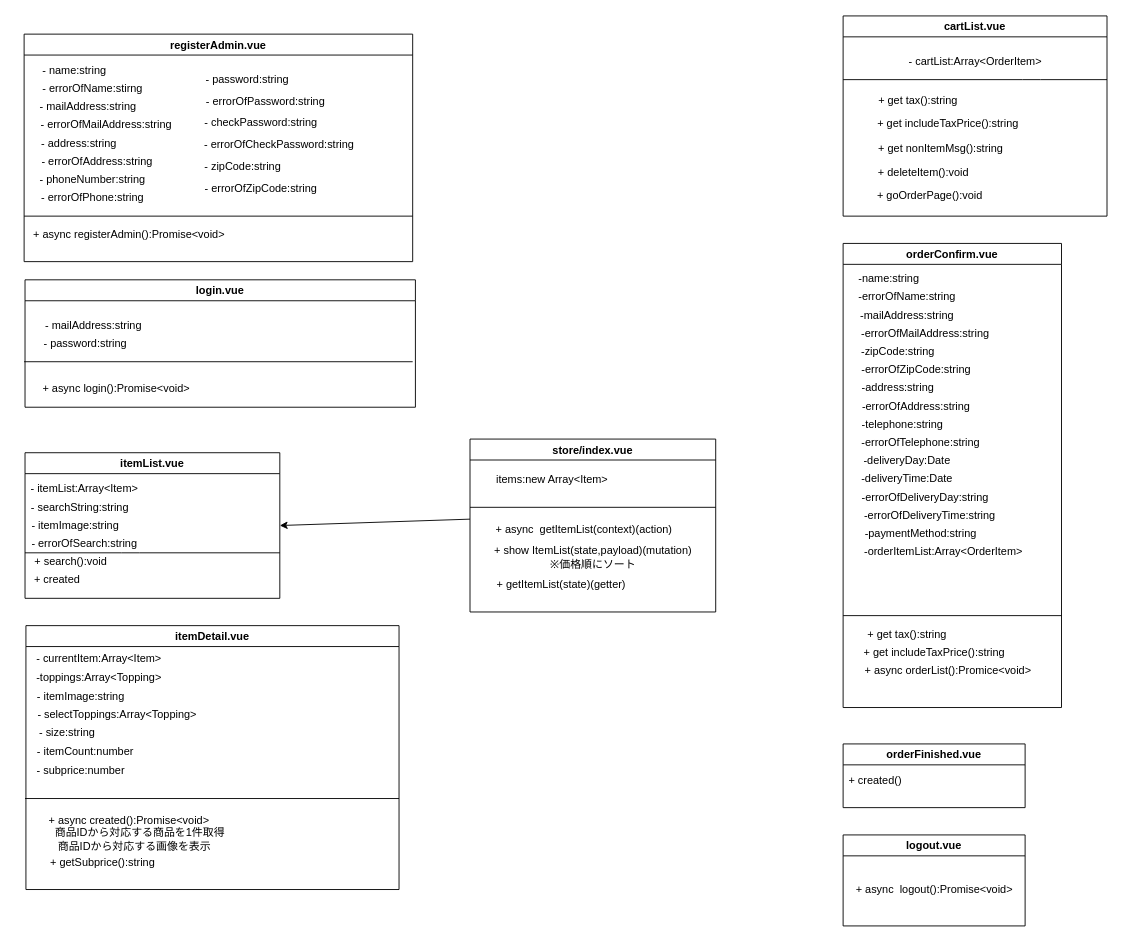
Above: page "ページ1" (1 of 2) of documents/class.drawio in shiibawataru/ec-202110b (draw.io), before the change. Source tidied: cells renumbered, new cells numbered last; positions are measured from the earlier drawing's top-left corner, leaving out a move shared by most shapes. Both pictures are drawn from the tidied source at 91%, with x=0, y=0 at pixel (24, 15).
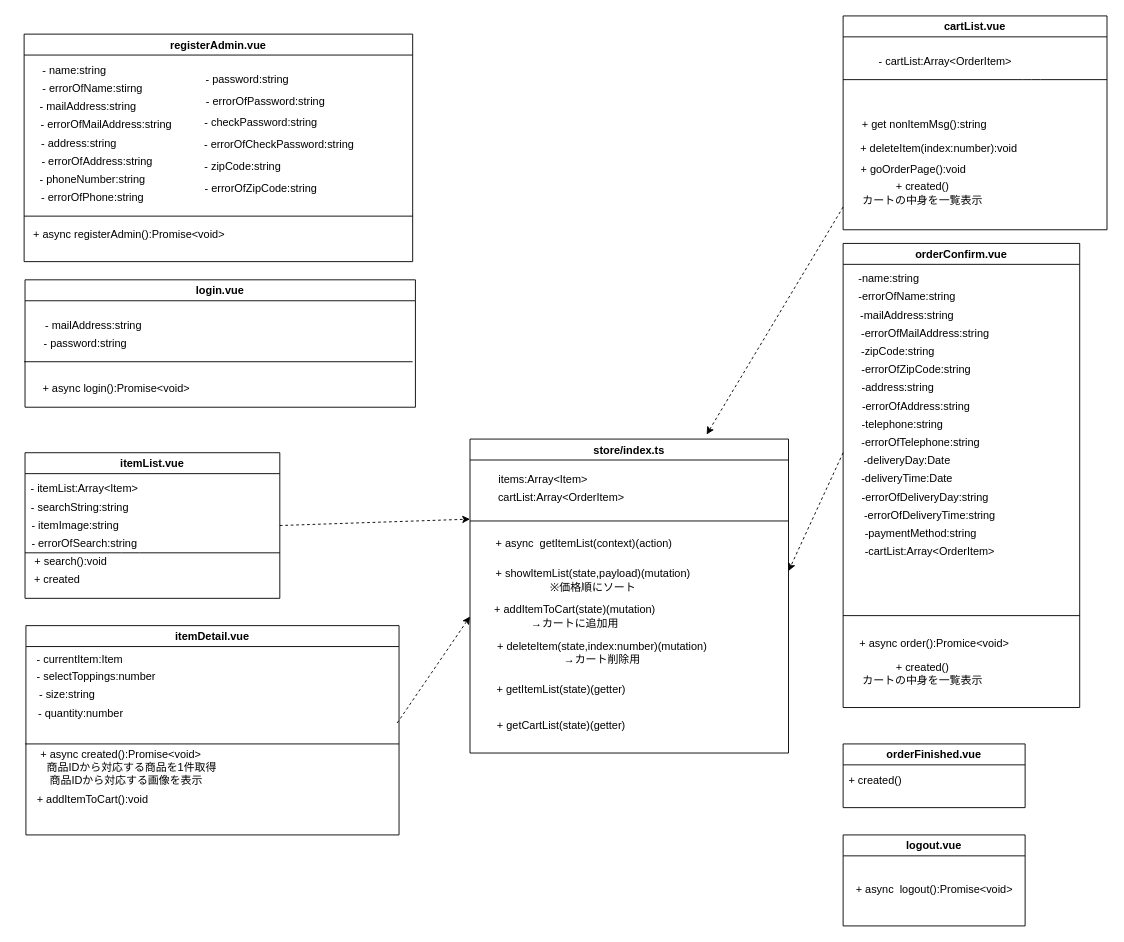
After the change.

Commit message:
クラス図を修正

The change refers to these unchanged cells:
```xml
<mxCell id="30" value="itemList.vue" style="swimlane;" parent="1" vertex="1">
  <mxGeometry x="1" y="480" width="280" height="160" as="geometry" />
</mxCell>
```

Diff of the diagram source:
```diff
@@
     <mxCell id="19" value="itemDetail.vue" style="swimlane;" parent="1" vertex="1">
-      <mxGeometry x="2" y="670" width="410" height="290" as="geometry" />
+      <mxGeometry x="2" y="670" width="410" height="230" as="geometry" />
     </mxCell>
-    <mxCell id="20" value="-toppings:Array&amp;lt;Topping&amp;gt;" style="text;html=1;align=center;verticalAlign=middle;strokeColor=none;" parent="19" vertex="1">
-      <mxGeometry x="5" y="47" width="150" height="20" as="geometry" />
-    </mxCell>
-    <mxCell id="21" value="- itemImage:string" style="text;html=1;align=center;verticalAlign=middle;strokeColor=none;" parent="19" vertex="1">
-      <mxGeometry x="5" y="68" width="110" height="20" as="geometry" />
-    </mxCell>
-    <mxCell id="22" value="- selectToppings:Array&amp;lt;Topping&amp;gt;" style="text;html=1;align=center;verticalAlign=middle;strokeColor=none;" parent="19" vertex="1">
-      <mxGeometry x="5" y="88" width="190" height="20" as="geometry" />
+    <mxCell id="22" value="- selectToppings:number" style="text;html=1;align=center;verticalAlign=middle;strokeColor=none;" parent="19" vertex="1">
+      <mxGeometry x="2" y="46" width="150" height="20" as="geometry" />
     </mxCell>
     <mxCell id="23" value="- size:string" style="text;html=1;align=center;verticalAlign=middle;strokeColor=none;" parent="19" vertex="1">
-      <mxGeometry x="5" y="108" width="80" height="20" as="geometry" />
+      <mxGeometry x="5" y="66" width="80" height="20" as="geometry" />
     </mxCell>
-    <mxCell id="24" value="- itemCount:number" style="text;html=1;align=center;verticalAlign=middle;strokeColor=none;" parent="19" vertex="1">
-      <mxGeometry x="5" y="129" width="120" height="20" as="geometry" />
+    <mxCell id="24" value="- quantity:number" style="text;html=1;align=center;verticalAlign=middle;strokeColor=none;" parent="19" vertex="1">
+      <mxGeometry x="5" y="87" width="110" height="20" as="geometry" />
     </mxCell>
-    <mxCell id="25" value="- subprice:number" style="text;html=1;align=center;verticalAlign=middle;strokeColor=none;" parent="19" vertex="1">
-      <mxGeometry x="5" y="149" width="110" height="20" as="geometry" />
-    </mxCell>
     <mxCell id="26" style="endArrow=none;html=1;" parent="19" edge="1">
       <mxGeometry relative="1" as="geometry">
-        <mxPoint x="-1" y="190" as="sourcePoint" />
-        <mxPoint x="410" y="190" as="targetPoint" />
+        <mxPoint x="-1" y="130" as="sourcePoint" />
+        <mxPoint x="410" y="130" as="targetPoint" />
       </mxGeometry>
     </mxCell>
     <mxCell id="27" value="+ async created():Promise&amp;lt;void&amp;gt;　&lt;br&gt;　　商品IDから対応する商品を1件取得&lt;br&gt;　商品IDから対応する画像を表示" style="text;html=1;align=center;verticalAlign=middle;strokeColor=none;" parent="19" vertex="1">
-      <mxGeometry x="-2" y="203" width="230" height="50" as="geometry" />
+      <mxGeometry x="-11" y="131" width="230" height="50" as="geometry" />
     </mxCell>
-    <mxCell id="28" value="+ getSubprice():string" style="text;html=1;align=center;verticalAlign=middle;strokeColor=none;" parent="19" vertex="1">
-      <mxGeometry x="19" y="251" width="130" height="20" as="geometry" />
-    </mxCell>
-    <mxCell id="29" value="- currentItem:Array&amp;lt;Item&amp;gt;" style="text;html=1;align=center;verticalAlign=middle;strokeColor=none;" parent="19" vertex="1">
-      <mxGeometry x="5" y="27" width="150" height="20" as="geometry" />
+    <mxCell id="29" value="- currentItem:Item" style="text;html=1;align=center;verticalAlign=middle;strokeColor=none;" parent="19" vertex="1">
+      <mxGeometry x="4" y="28" width="110" height="20" as="geometry" />
     </mxCell>
+    <mxCell id="83" value="+ addItemToCart():void" style="text;html=1;align=center;verticalAlign=middle;strokeColor=none;" parent="19" vertex="1">
+      <mxGeometry x="3" y="181" width="140" height="20" as="geometry" />
+    </mxCell>
@@
     <mxCell id="41" value="orderConfirm.vue" style="swimlane;" parent="1" vertex="1">
-      <mxGeometry x="900" y="250" width="240" height="510" as="geometry" />
+      <mxGeometry x="900" y="250" width="260" height="510" as="geometry" />
     </mxCell>
@@
-    <mxCell id="57" value="-orderItemList:Array&amp;lt;OrderItem&amp;gt;" style="text;html=1;align=center;verticalAlign=middle;strokeColor=none;" parent="41" vertex="1">
-      <mxGeometry x="15" y="329" width="190" height="20" as="geometry" />
+    <mxCell id="57" value="-cartList:Array&amp;lt;OrderItem&amp;gt;" style="text;html=1;align=center;verticalAlign=middle;strokeColor=none;" parent="41" vertex="1">
+      <mxGeometry x="15" y="329" width="160" height="20" as="geometry" />
     </mxCell>
     <mxCell id="58" style="endArrow=none;html=1;" parent="41" edge="1">
       <mxGeometry relative="1" as="geometry">
         <mxPoint y="409" as="sourcePoint" />
-        <mxPoint x="240" y="409" as="targetPoint" />
+        <mxPoint x="260" y="409" as="targetPoint" />
       </mxGeometry>
     </mxCell>
-    <mxCell id="59" value="+ get tax():string" style="text;html=1;align=center;verticalAlign=middle;strokeColor=none;" parent="41" vertex="1">
-      <mxGeometry x="20" y="420" width="100" height="20" as="geometry" />
-    </mxCell>
-    <mxCell id="60" value="+ get includeTaxPrice():string" style="text;html=1;align=center;verticalAlign=middle;strokeColor=none;" parent="41" vertex="1">
-      <mxGeometry x="15" y="440" width="170" height="20" as="geometry" />
-    </mxCell>
-    <mxCell id="61" value="+ async orderList():Promice&amp;lt;void&amp;gt;" style="text;html=1;align=center;verticalAlign=middle;strokeColor=none;" parent="41" vertex="1">
-      <mxGeometry x="15" y="460" width="200" height="20" as="geometry" />
+    <mxCell id="61" value="+ async order():Promice&amp;lt;void&amp;gt;" style="text;html=1;align=center;verticalAlign=middle;strokeColor=none;" parent="41" vertex="1">
+      <mxGeometry x="10" y="430" width="180" height="20" as="geometry" />
     </mxCell>
+    <mxCell id="84" value="+ created()&lt;br&gt;カートの中身を一覧表示" style="text;html=1;align=center;verticalAlign=middle;strokeColor=none;" parent="41" vertex="1">
+      <mxGeometry x="12" y="458" width="150" height="30" as="geometry" />
+    </mxCell>
@@
     <mxCell id="64" value="cartList.vue" style="swimlane;" parent="1" vertex="1">
-      <mxGeometry x="900" width="290" height="220" as="geometry" />
+      <mxGeometry x="900" width="290" height="235" as="geometry" />
     </mxCell>
-    <mxCell id="65" value="+ get tax():string" style="text;html=1;align=center;verticalAlign=middle;strokeColor=none;" parent="64" vertex="1">
-      <mxGeometry x="32" y="82.5" width="100" height="20" as="geometry" />
-    </mxCell>
-    <mxCell id="66" value="+ get includeTaxPrice():string" style="text;html=1;align=center;verticalAlign=middle;strokeColor=none;" parent="64" vertex="1">
-      <mxGeometry x="30" y="108.5" width="170" height="20" as="geometry" />
-    </mxCell>
     <mxCell id="67" value="- cartList:Array&amp;lt;OrderItem&amp;gt;" style="text;html=1;align=center;verticalAlign=middle;strokeColor=none;" parent="64" vertex="1">
-      <mxGeometry x="65" y="40" width="160" height="20" as="geometry" />
+      <mxGeometry x="32" y="40" width="160" height="20" as="geometry" />
     </mxCell>
@@
-    <mxCell id="69" value="+ deleteItem():void" style="text;html=1;align=center;verticalAlign=middle;strokeColor=none;" parent="64" vertex="1">
-      <mxGeometry x="28" y="161.5" width="120" height="20" as="geometry" />
+    <mxCell id="69" value="+ deleteItem(index:number):void" style="text;html=1;align=center;verticalAlign=middle;strokeColor=none;" parent="64" vertex="1">
+      <mxGeometry x="10" y="136" width="190" height="20" as="geometry" />
     </mxCell>
     <mxCell id="70" value="+ get nonItemMsg():string" style="text;html=1;align=center;verticalAlign=middle;strokeColor=none;" parent="64" vertex="1">
-      <mxGeometry x="32" y="135.5" width="150" height="20" as="geometry" />
+      <mxGeometry x="14" y="110" width="150" height="20" as="geometry" />
     </mxCell>
+    <mxCell id="85" value="+ created()&lt;br&gt;カートの中身を一覧表示" style="text;html=1;align=center;verticalAlign=middle;strokeColor=none;" parent="64" vertex="1">
+      <mxGeometry x="12" y="179.5" width="150" height="30" as="geometry" />
+    </mxCell>
@@
     <mxCell id="74" value="+ goOrderPage():void" style="text;html=1;align=center;verticalAlign=middle;strokeColor=none;" parent="1" vertex="1">
-      <mxGeometry x="930" y="187.5" width="130" height="20" as="geometry" />
+      <mxGeometry x="912" y="159" width="130" height="20" as="geometry" />
     </mxCell>
-    <mxCell id="75" value="store/index.vue" style="swimlane;" parent="1" vertex="1">
-      <mxGeometry x="490" y="465" width="270" height="190" as="geometry" />
+    <mxCell id="75" value="store/index.ts" style="swimlane;" parent="1" vertex="1">
+      <mxGeometry x="490" y="465" width="350" height="345" as="geometry" />
     </mxCell>
-    <mxCell id="76" value="+ show ItemList(state,payload)(mutation)&lt;br&gt;※価格順にソート" style="text;html=1;align=center;verticalAlign=middle;strokeColor=none;" parent="75" vertex="1">
-      <mxGeometry x="20" y="115" width="230" height="30" as="geometry" />
+    <mxCell id="76" value="+ showItemList(state,payload)(mutation)&lt;br&gt;※価格順にソート" style="text;html=1;align=center;verticalAlign=middle;strokeColor=none;" parent="75" vertex="1">
+      <mxGeometry x="20" y="140" width="230" height="30" as="geometry" />
     </mxCell>
-    <mxCell id="77" value="items:new Array&amp;lt;Item&amp;gt;" style="text;html=1;align=center;verticalAlign=middle;strokeColor=none;" parent="75" vertex="1">
-      <mxGeometry x="20" y="35" width="140" height="20" as="geometry" />
+    <mxCell id="77" value="items:Array&amp;lt;Item&amp;gt;" style="text;html=1;align=center;verticalAlign=middle;strokeColor=none;" parent="75" vertex="1">
+      <mxGeometry x="25" y="35" width="110" height="20" as="geometry" />
     </mxCell>
     <mxCell id="78" value="+ getItemList(state)(getter)" style="text;html=1;align=center;verticalAlign=middle;strokeColor=none;" parent="75" vertex="1">
-      <mxGeometry x="20" y="150" width="160" height="20" as="geometry" />
+      <mxGeometry x="20" y="265" width="160" height="20" as="geometry" />
     </mxCell>
     <mxCell id="79" value="+ async&amp;nbsp; getItemList(context)(action)" style="text;html=1;align=center;verticalAlign=middle;strokeColor=none;" parent="75" vertex="1">
-      <mxGeometry x="20" y="90" width="210" height="20" as="geometry" />
+      <mxGeometry x="20" y="105" width="210" height="20" as="geometry" />
     </mxCell>
+    <mxCell id="82" style="endArrow=none;html=1;" parent="75" edge="1">
+      <mxGeometry relative="1" as="geometry">
+        <mxPoint y="90" as="sourcePoint" />
+        <mxPoint x="350" y="90" as="targetPoint" />
+      </mxGeometry>
+    </mxCell>
+    <mxCell id="86" style="edgeStyle=none;html=1;dashed=1;" parent="75" edge="1">
+      <mxGeometry relative="1" as="geometry">
+        <mxPoint x="-80" y="312" as="sourcePoint" />
+        <mxPoint y="195" as="targetPoint" />
+      </mxGeometry>
+    </mxCell>
+    <mxCell id="87" value="cartList:Array&amp;lt;OrderItem&amp;gt;" style="text;html=1;align=center;verticalAlign=middle;strokeColor=none;" parent="75" vertex="1">
+      <mxGeometry x="25" y="55" width="150" height="20" as="geometry" />
+    </mxCell>
+    <mxCell id="88" value="+ deleteItem(state,index:number)(mutation)&lt;br&gt;→カート削除用" style="text;html=1;align=center;verticalAlign=middle;strokeColor=none;" parent="75" vertex="1">
+      <mxGeometry x="20" y="220" width="250" height="30" as="geometry" />
+    </mxCell>
+    <mxCell id="89" value="+ addItemToCart(state)(mutation)&lt;br&gt;→カートに追加用" style="text;html=1;align=center;verticalAlign=middle;strokeColor=none;" parent="75" vertex="1">
+      <mxGeometry x="20" y="180" width="190" height="30" as="geometry" />
+    </mxCell>
@@
-    <mxCell id="81" style="edgeStyle=none;html=1;entryX=1;entryY=0.5;entryDx=0;entryDy=0;" parent="1" edge="1" target="30">
+    <mxCell id="81" style="edgeStyle=none;html=1;entryX=1;entryY=0.5;entryDx=0;entryDy=0;exitX=1;exitY=0.5;exitDx=0;exitDy=0;dashed=1;" parent="1" edge="1" source="30">
       <mxGeometry relative="1" as="geometry">
-        <mxPoint x="490" y="553" as="sourcePoint" />
+        <mxPoint x="490" y="553" as="targetPoint" />
       </mxGeometry>
     </mxCell>
-    <mxCell id="82" style="endArrow=none;html=1;" parent="1" edge="1">
-      <mxGeometry relative="1" as="geometry">
-        <mxPoint x="490" y="540" as="sourcePoint" />
-        <mxPoint x="760" y="540" as="targetPoint" />
-      </mxGeometry>
-    </mxCell>
+    <mxCell id="90" style="edgeStyle=none;html=1;dashed=1;" parent="1" edge="1">
+      <mxGeometry relative="1" as="geometry">
+        <mxPoint x="900" y="210" as="sourcePoint" />
+        <mxPoint x="750" y="460" as="targetPoint" />
+      </mxGeometry>
+    </mxCell>
+    <mxCell id="91" value="+ getCartList(state)(getter)" style="text;html=1;align=center;verticalAlign=middle;strokeColor=none;" parent="1" vertex="1">
+      <mxGeometry x="510" y="770" width="160" height="20" as="geometry" />
+    </mxCell>
+    <mxCell id="92" style="edgeStyle=none;html=1;dashed=1;" parent="1" edge="1">
+      <mxGeometry relative="1" as="geometry">
+        <mxPoint x="900" y="480" as="sourcePoint" />
+        <mxPoint x="840" y="610" as="targetPoint" />
+      </mxGeometry>
+    </mxCell>
```
